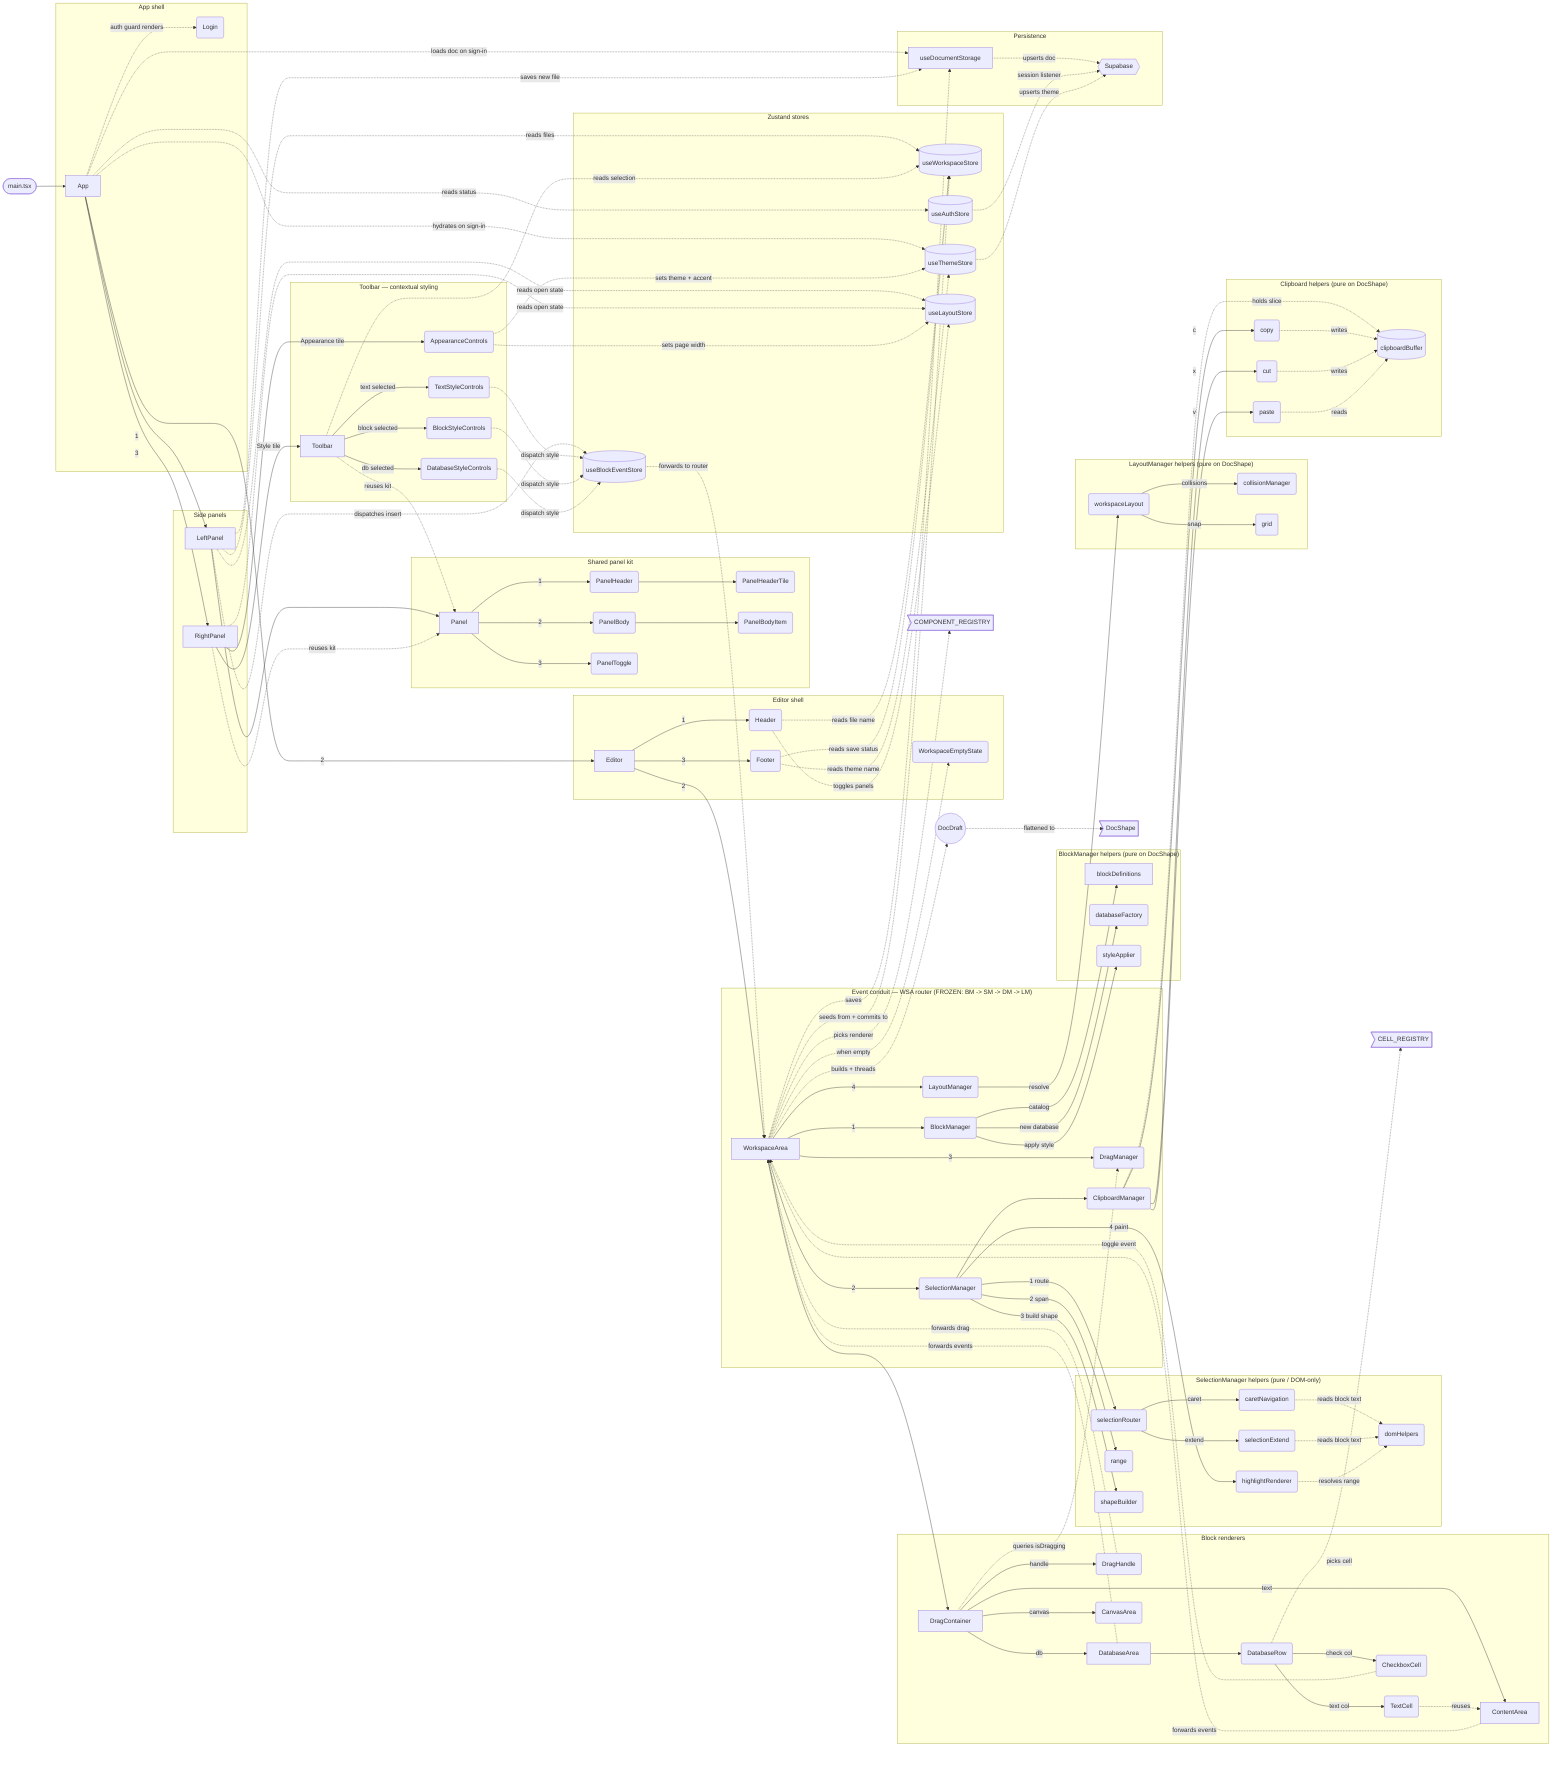
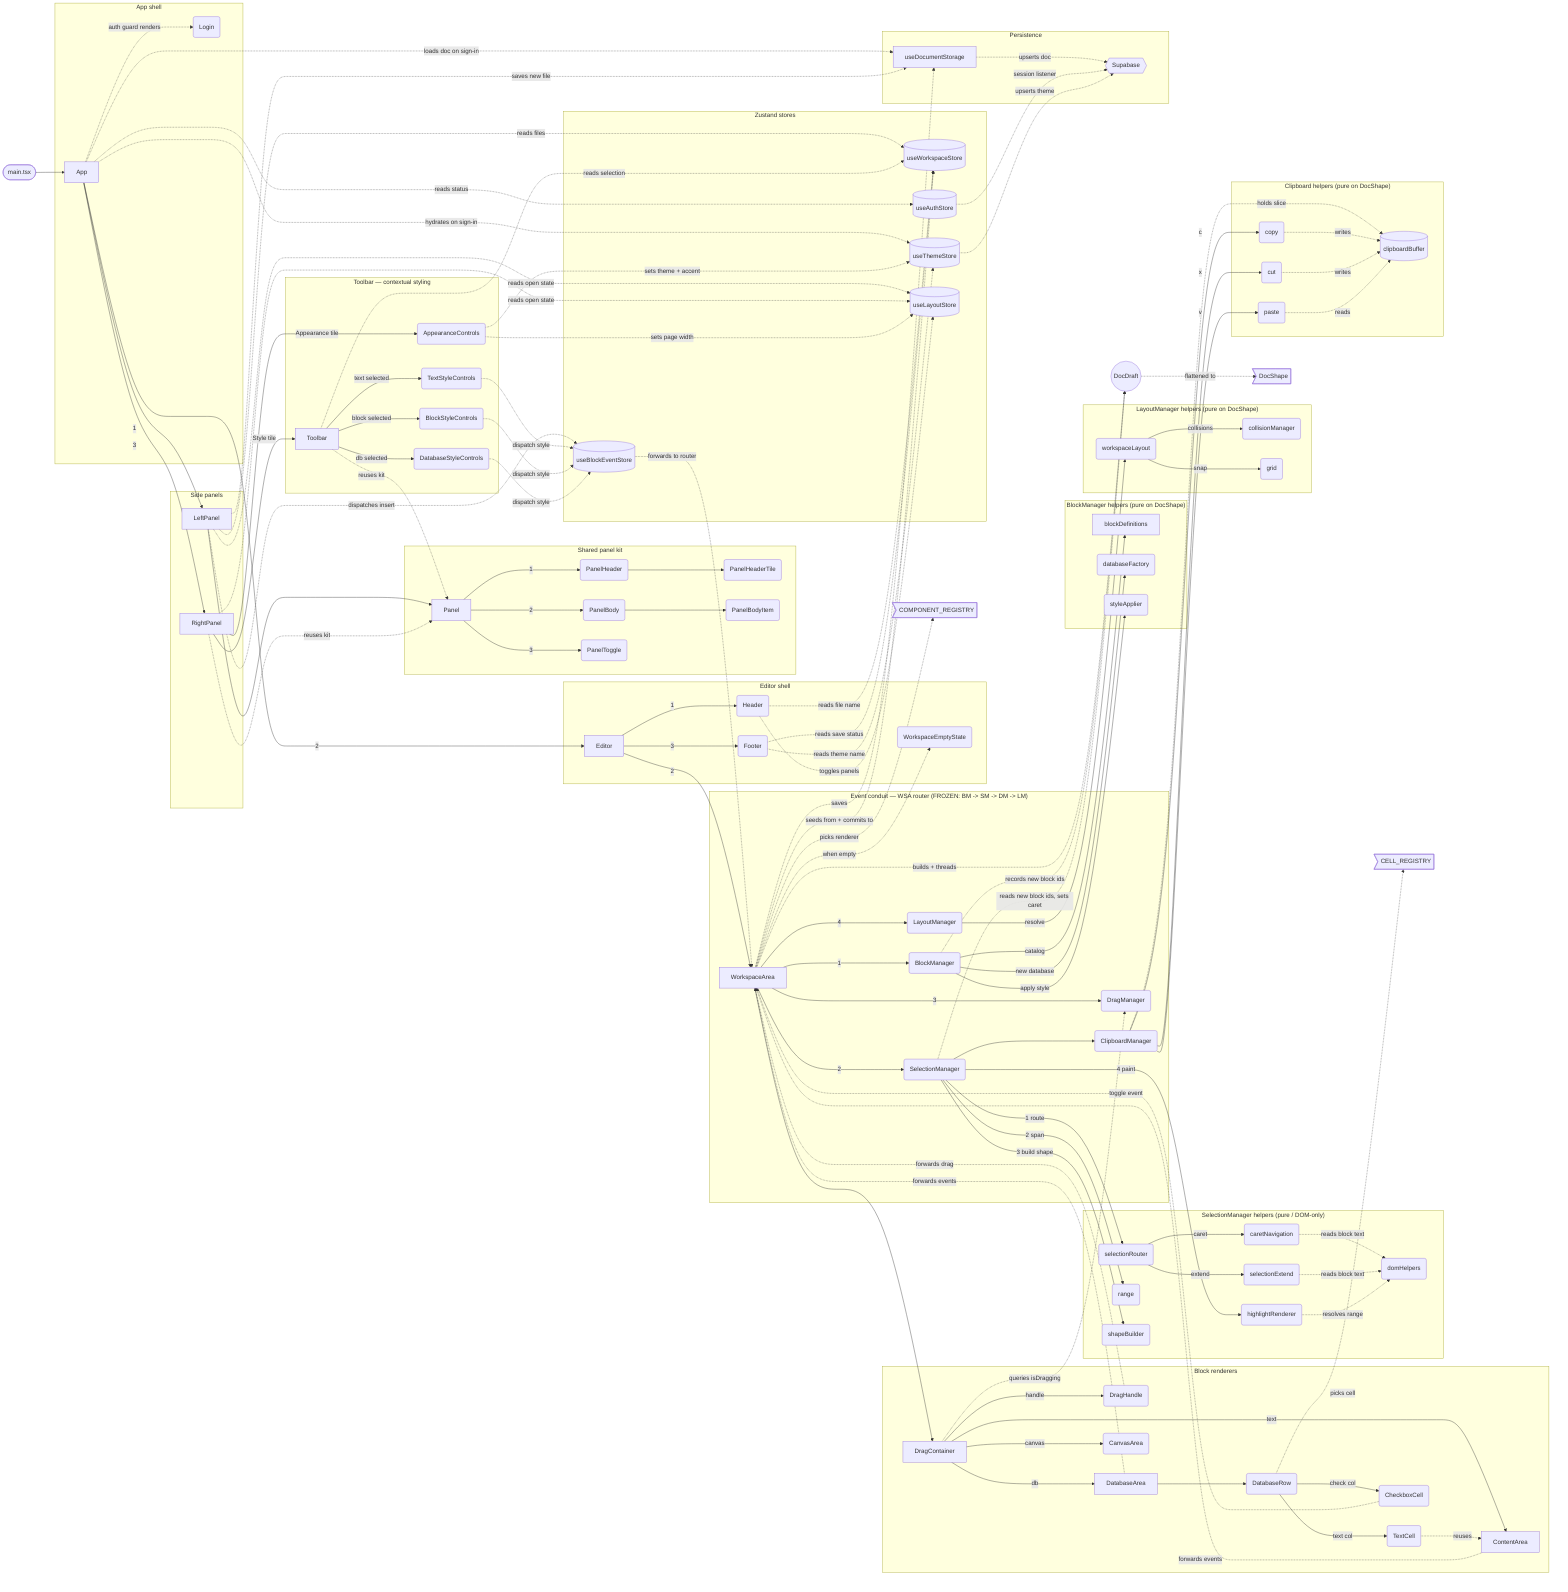
flowchart LR
%% Novakai — GOLD-STANDARD TARGET ARCHITECTURE (proposed)
%% Companion notes: novakai-target.md
%% This map describes what the codebase SHOULD look like: a fully working,
%% bug-free, shippable app. The WSA router (BM -> SM -> DM -> LM) is FROZEN
%% and unchanged. New/proposed classes are marked in novakai-target.md.
%% root main

%% ---- shell ----
%% fm:meta main name=main.tsx
%% fm:meta main desc=entry point; mounts React root in StrictMode
%% fm:meta main i0.name=render
%% fm:meta main i0.returns=void
%% fm:meta App name=App
%% fm:meta App desc=root component; constructs the four managers once in refs, guards auth, loads document + theme on sign-in
%% fm:meta App state=managers: ManagerSet (bm, sm, dm, lm) in refs
%% fm:meta App i0.name=render
%% fm:meta App i0.accepts=authStatus: loading | signed-in | signed-out
%% fm:meta App i0.returns=JSX (LeftPanel + Editor + RightPanel, or Login)
%% fm:meta Login name=Login
%% fm:meta Login desc=auth form; rendered only while authStatus is signed-out
%% fm:meta Login i0.name=render
%% fm:meta Login i0.returns=JSX

%% ---- side panels ----
%% fm:meta LeftPanel name=LeftPanel
%% fm:meta LeftPanel desc=container; file browser + block catalog; turns clicks into insert intents, never decides
%% fm:meta LeftPanel i0.name=handleAddFile
%% fm:meta LeftPanel i0.returns=void
%% fm:meta LeftPanel i1.name=handleInsertBlock
%% fm:meta LeftPanel i1.accepts=spec: BlockSpec
%% fm:meta LeftPanel i1.returns=void
%% fm:meta RightPanel name=RightPanel
%% fm:meta RightPanel desc=container; hosts two tiles via the shared panel kit: Style (Toolbar) and Appearance
%% fm:meta RightPanel i0.name=render
%% fm:meta RightPanel i0.returns=JSX

%% ---- toolbar (contextual styling) ----
%% fm:meta Toolbar name=Toolbar
%% fm:meta Toolbar desc=Style tile; resolves the current selection into ONE styling level and renders it; emits style intents, never mutates the document
%% fm:meta Toolbar state=level: text | block | database (DERIVED from selection, not stored)
%% fm:meta Toolbar i0.name=render
%% fm:meta Toolbar i0.accepts=selection: SelectionSnapshot
%% fm:meta Toolbar i0.returns=JSX (one StyleControls level)
%% fm:meta TextStyleControls name=TextStyleControls
%% fm:meta TextStyleControls desc=level 1; shown when a text run is selected; bold/italic, font, size, colour
%% fm:meta TextStyleControls i0.name=emit
%% fm:meta TextStyleControls i0.accepts=intent: StyleIntent
%% fm:meta TextStyleControls i0.returns=void
%% fm:meta BlockStyleControls name=BlockStyleControls
%% fm:meta BlockStyleControls desc=level 2; shown when whole blocks are selected; Tag (h1..p), alignment, background, width
%% fm:meta BlockStyleControls i0.name=emit
%% fm:meta BlockStyleControls i0.accepts=intent: StyleIntent
%% fm:meta BlockStyleControls i0.returns=void
%% fm:meta DatabaseStyleControls name=DatabaseStyleControls
%% fm:meta DatabaseStyleControls desc=level 3; shown when a database/row/cell is selected; columns, sort, filters, row styling
%% fm:meta DatabaseStyleControls i0.name=emit
%% fm:meta DatabaseStyleControls i0.accepts=intent: StyleIntent
%% fm:meta DatabaseStyleControls i0.returns=void
%% fm:meta AppearanceControls name=AppearanceControls
%% fm:meta AppearanceControls desc=Appearance tile; theme, accent, and page-width presets
%% fm:meta AppearanceControls i0.name=render
%% fm:meta AppearanceControls i0.returns=JSX

%% ---- shared panel kit ----
%% fm:meta Panel name=Panel
%% fm:meta Panel desc=shared composable shell; header tiles + body + collapse toggle; reused by LeftPanel, RightPanel, Toolbar
%% fm:meta Panel state=selectedTile: string (component-local useState)
%% fm:meta Panel i0.name=render
%% fm:meta Panel i0.accepts=tiles: PanelTile[], open: boolean
%% fm:meta Panel i0.returns=JSX
%% fm:meta PanelHeader name=PanelHeader
%% fm:meta PanelHeader desc=tile tab strip; maps tile names to PanelHeaderTile
%% fm:meta PanelHeaderTile name=PanelHeaderTile
%% fm:meta PanelHeaderTile desc=one clickable tile tab; highlights when selected
%% fm:meta PanelBody name=PanelBody
%% fm:meta PanelBody desc=body list; maps items to PanelBodyItem
%% fm:meta PanelBodyItem name=PanelBodyItem
%% fm:meta PanelBodyItem desc=one clickable body row
%% fm:meta PanelToggle name=PanelToggle
%% fm:meta PanelToggle desc=collapse/expand chevron; calls toggle on the layout store

%% ---- editor shell ----
%% fm:meta Editor name=Editor
%% fm:meta Editor desc=layout shell; renders Header + WorkspaceArea + Footer and threads the manager set down
%% fm:meta Editor i0.name=render
%% fm:meta Editor i0.accepts=managers: ManagerSet
%% fm:meta Editor i0.returns=JSX
%% fm:meta Header name=Header
%% fm:meta Header desc=top bar; breadcrumb + panel toggles
%% fm:meta Footer name=Footer
%% fm:meta Footer desc=status bar; save indicator + active theme name
%% fm:meta WorkspaceEmptyState name=WorkspaceEmptyState
%% fm:meta WorkspaceEmptyState desc=centred prompt shown when the active file has no blocks; pointer-events off

%% ---- event conduit (FROZEN router) ----
%% fm:meta WorkspaceArea name=WorkspaceArea
%% fm:meta WorkspaceArea desc=pure conduit; seeds a DocDraft from the store, threads it through BM->SM->DM->LM in fixed order, commits once. Makes ZERO decisions
%% fm:meta WorkspaceArea state=wsaRef: HTMLDivElement
%% fm:meta WorkspaceArea i0.name=route
%% fm:meta WorkspaceArea i0.accepts=channel: mouse | key | lifecycle
%% fm:meta WorkspaceArea i0.accepts=data: MouseEventData | KeyEventData | LifecycleEventData
%% fm:meta WorkspaceArea i0.accepts=trigger: TriggerWord
%% fm:meta WorkspaceArea i0.returns=void
%% fm:meta WorkspaceArea i1.name=commit
%% fm:meta WorkspaceArea i1.accepts=draft: DocDraft
%% fm:meta WorkspaceArea i1.returns=void
%% fm:meta blockManager name=BlockManager
- %% fm:meta blockManager desc=step 1; CRUD on TextElement + DatabaseConfiguration and styling of selected blocks; emits no store writes
+ %% fm:meta blockManager desc=step 1; CRUD on TextElement + DatabaseConfiguration and styling of selected blocks; records the ids it creates on draft.created; has ZERO opinion on caret or selection
%% fm:meta blockManager state=wsaEl: HTMLElement | null
%% fm:meta blockManager i0.name=receiveMouseEvent
%% fm:meta blockManager i0.accepts=draft: DocDraft
%% fm:meta blockManager i0.returns=DocDraft
%% fm:meta blockManager i1.name=receiveKeyEvent
%% fm:meta blockManager i1.accepts=draft: DocDraft
%% fm:meta blockManager i1.returns=DocDraft
%% fm:meta blockManager i2.name=receiveLifecycleEvent
%% fm:meta blockManager i2.accepts=draft: DocDraft
%% fm:meta blockManager i2.returns=DocDraft
%% fm:meta selectionManager name=SelectionManager
- %% fm:meta selectionManager desc=step 2; owns caret/range/multi-block selection; paints CSS highlights; threads every event through ClipboardManager
+ %% fm:meta selectionManager desc=step 2; sole owner of ALL caret + range + multi-block selection decisions; reads draft.created.newBlockIds and independently places the caret in a newly created block (no message from BlockManager); paints CSS highlights; threads every event through ClipboardManager
%% fm:meta selectionManager state=selection: SelectionState (anchor, focus, mode)
%% fm:meta selectionManager state=wsaEl: HTMLElement | null
%% fm:meta selectionManager i0.name=receiveMouseEvent
%% fm:meta selectionManager i0.accepts=draft: DocDraft
%% fm:meta selectionManager i0.returns=DocDraft
%% fm:meta selectionManager i1.name=receiveKeyEvent
%% fm:meta selectionManager i1.accepts=draft: DocDraft
%% fm:meta selectionManager i1.returns=DocDraft
%% fm:meta selectionManager i2.name=receiveLifecycleEvent
%% fm:meta selectionManager i2.accepts=draft: DocDraft
%% fm:meta selectionManager i2.returns=DocDraft
%% fm:meta dragManager name=DragManager
%% fm:meta dragManager desc=step 3; owns the active drag gesture; writes style.top live during drag, commits final placement on drop
%% fm:meta dragManager state=activeId: string | null
%% fm:meta dragManager state=isActive: boolean
%% fm:meta dragManager state=lastLocal: Position
%% fm:meta dragManager i0.name=receiveMouseEvent
%% fm:meta dragManager i0.accepts=draft: DocDraft
%% fm:meta dragManager i0.returns=DocDraft
%% fm:meta dragManager i1.name=isDragging
%% fm:meta dragManager i1.accepts=blockId: string
%% fm:meta dragManager i1.returns=boolean
%% fm:meta layoutManager name=LayoutManager
%% fm:meta layoutManager desc=step 4 (last); resolves overlaps and re-orders document ids by position after structural changes; its output is what WSA persists
%% fm:meta layoutManager i0.name=receiveMouseEvent
%% fm:meta layoutManager i0.accepts=draft: DocDraft
%% fm:meta layoutManager i0.returns=DocDraft
%% fm:meta layoutManager i1.name=receiveKeyEvent
%% fm:meta layoutManager i1.accepts=draft: DocDraft
%% fm:meta layoutManager i1.returns=DocDraft
%% fm:meta clipboardManager name=ClipboardManager
%% fm:meta clipboardManager desc=owned by SelectionManager; stateless router that no-ops unless the trigger is copy/cut/paste
%% fm:meta clipboardManager i0.name=receiveEvent
%% fm:meta clipboardManager i0.accepts=shape: DocShape
%% fm:meta clipboardManager i0.accepts=range: SelectionPoint[]
%% fm:meta clipboardManager i0.accepts=trigger: string
%% fm:meta clipboardManager i0.returns=DocShape

%% ---- block renderers ----
%% fm:meta DragContainer name=DragContainer
%% fm:meta DragContainer desc=absolute-positioned wrapper per block; yields top ownership to DragManager while that block is dragging
%% fm:meta DragContainer i0.name=render
%% fm:meta DragContainer i0.accepts=id: string, isSelected: boolean, layoutData: LayoutData, dm: DragTargetQuery
%% fm:meta DragContainer i0.returns=JSX
%% fm:meta DragHandle name=DragHandle
%% fm:meta DragHandle desc=grab affordance; shapes a MouseEventData and forwards drag-handle-mouse-down through the conduit callback
%% fm:meta DragHandle i0.name=render
%% fm:meta DragHandle i0.accepts=id: string, cbMouseEvent: ConduitMouse
%% fm:meta DragHandle i0.returns=JSX
%% fm:meta ContentArea name=ContentArea
%% fm:meta ContentArea desc=contentEditable text block; shapes mouse/key/lifecycle events and forwards through conduit callbacks; renders nested children by id
%% fm:meta ContentArea i0.name=render
%% fm:meta ContentArea i0.accepts=activeContent: TextElement, contentDataSet: ContentDataSet
%% fm:meta ContentArea i0.returns=JSX
%% fm:meta DatabaseArea name=DatabaseArea
%% fm:meta DatabaseArea desc=database block renderer; receives its DatabaseConfiguration as a prop (no store read); renders columns + rows; holds no data
%% fm:meta DatabaseArea i0.name=render
%% fm:meta DatabaseArea i0.accepts=activeContent: TextElement, config: DatabaseConfiguration, contentDataSet: ContentDataSet
%% fm:meta DatabaseArea i0.returns=JSX
%% fm:meta DatabaseRow name=DatabaseRow
%% fm:meta DatabaseRow desc=one database row; drag handle + grid of cells; forwards events through the conduit callback
%% fm:meta DatabaseRow i0.name=render
%% fm:meta DatabaseRow i0.accepts=rowId: string, gridTemplateColumns: string, isSelected: boolean
%% fm:meta DatabaseRow i0.returns=JSX
%% fm:meta TextCell name=TextCell
%% fm:meta TextCell desc=thin adapter; maps a cell TextElement onto ContentArea so cells edit via the same contentEditable path
%% fm:meta TextCell i0.name=render
%% fm:meta TextCell i0.accepts=cell: TextElement, contentDataSet: ContentDataSet
%% fm:meta TextCell i0.returns=JSX
%% fm:meta CheckboxCell name=CheckboxCell
%% fm:meta CheckboxCell desc=read-only checkbox; click forwards database-cell-toggle; BlockManager flips the value, render reflects it
%% fm:meta CheckboxCell i0.name=render
%% fm:meta CheckboxCell i0.accepts=cell: TextElement
%% fm:meta CheckboxCell i0.returns=JSX
%% fm:meta CanvasArea name=CanvasArea
%% fm:meta CanvasArea desc=freeform canvas block (placeholder); third entry in the component registry

%% ---- block manager helpers (pure; receive DocShape, never touch stores) ----
%% fm:meta blockDefinitions name=blockDefinitions
%% fm:meta blockDefinitions desc=static block catalog; single source of truth for insertable block types
%% fm:meta blockDefinitions i0.name=findBlockDefinition
%% fm:meta blockDefinitions i0.accepts=id: string
%% fm:meta blockDefinitions i0.returns=BlockSpec | undefined
%% fm:meta databaseFactory name=databaseFactory
%% fm:meta databaseFactory desc=pure builders for a new DatabaseConfiguration and its rows
%% fm:meta databaseFactory i0.name=makeDatabaseConfig
%% fm:meta databaseFactory i0.returns=DatabaseConfiguration
%% fm:meta styleApplier name=styleApplier
%% fm:meta styleApplier desc=NEW; applies a StyleIntent to every selected TextElement on the draft DocShape; pure, no store, no DOM
%% fm:meta styleApplier i0.name=applyStyle
%% fm:meta styleApplier i0.accepts=shape: DocShape
%% fm:meta styleApplier i0.accepts=intent: StyleIntent
%% fm:meta styleApplier i0.returns=DocShape

%% ---- selection manager helpers (pure or DOM-only; receive DocShape/SelectionState) ----
%% fm:meta selectionRouter name=selectionRouter
%% fm:meta selectionRouter desc=picks the selection handler for a trigger; delegates to caret/extend/mouse handlers; pure
%% fm:meta selectionRouter i0.name=routeKey
%% fm:meta selectionRouter i0.accepts=state: SelectionState, key: KeyEventData, trigger: string, blockOrder: string[]
%% fm:meta selectionRouter i0.returns=SelectionState
%% fm:meta caretNavigation name=caretNavigation
%% fm:meta caretNavigation desc=pure caret movement for plain arrows; collapses range then moves one unit
%% fm:meta caretNavigation i0.name=arrowMove
%% fm:meta caretNavigation i0.accepts=state: SelectionState, key: KeyEventData, blockOrder: string[]
%% fm:meta caretNavigation i0.returns=SelectionState
%% fm:meta selectionExtend name=selectionExtend
%% fm:meta selectionExtend desc=pure selection extension for Shift/Cmd-Shift arrows and Select All
%% fm:meta selectionExtend i0.name=extend
%% fm:meta selectionExtend i0.accepts=state: SelectionState, key: KeyEventData, blockOrder: string[]
%% fm:meta selectionExtend i0.returns=SelectionState
%% fm:meta range name=range
%% fm:meta range desc=pure; flattens anchor/focus into an ordered SelectionPoint[] spanning the selection
%% fm:meta range i0.name=orderedSelectionRange
%% fm:meta range i0.accepts=selection: SelectionState, order: string[]
%% fm:meta range i0.returns=SelectionPoint[]
%% fm:meta shapeBuilder name=shapeBuilder
%% fm:meta shapeBuilder desc=pure; threads the snapshot into the shape and applies text deletion on Delete; returns fresh DocShape
%% fm:meta shapeBuilder i0.name=buildShape
%% fm:meta shapeBuilder i0.accepts=shape: DocShape, state: SelectionState, snapshot: SelectionSnapshot, deleteSelection: boolean
%% fm:meta shapeBuilder i0.returns=DocShape
%% fm:meta highlightRenderer name=highlightRenderer
%% fm:meta highlightRenderer desc=paints selection via the CSS Custom Highlight API; DOM paint only, no React state, no store
%% fm:meta highlightRenderer i0.name=renderSelectionHighlight
%% fm:meta highlightRenderer i0.accepts=state: SelectionState, blockOrder: string[], wsaEl: HTMLElement | null
%% fm:meta highlightRenderer i0.returns=void
%% fm:meta domHelpers name=domHelpers
%% fm:meta domHelpers desc=the ONLY module that reads the DOM; returns plain values (point<->offset, block text); never a setter, never a store
%% fm:meta domHelpers i0.name=pointToPosition
%% fm:meta domHelpers i0.accepts=clientX: number, clientY: number
%% fm:meta domHelpers i0.returns=SelectionPoint

%% ---- layout manager helpers (pure; receive DocShape/LayoutDataSet) ----
%% fm:meta workspaceLayout name=workspaceLayout
%% fm:meta workspaceLayout desc=measures live block heights and orchestrates add/delete collision resolution; reads DOM, never a store
%% fm:meta workspaceLayout i0.name=resolveEventLayout
%% fm:meta workspaceLayout i0.accepts=fileId: string, content: string[], layouts: LayoutDataSet, opts: ResolveOpts
%% fm:meta workspaceLayout i0.returns=layouts: LayoutDataSet, content: string[]
%% fm:meta collisionManager name=collisionManager
%% fm:meta collisionManager desc=pure; sorts a file's placements by y and pushes overlapping blocks down flush
%% fm:meta collisionManager i0.name=resolveCollisions
%% fm:meta collisionManager i0.accepts=items: LayoutItem[], movedBlockId: string
%% fm:meta collisionManager i0.returns=LayoutItem[]
%% fm:meta grid name=grid
%% fm:meta grid desc=pure; grid constants and snap helpers (GRID_UNIT, PAGE_X, snapToGrid)
%% fm:meta grid i0.name=snapToGrid
%% fm:meta grid i0.accepts=px: number
%% fm:meta grid i0.returns=number

%% ---- clipboard helpers (pure on DocShape; buffer is the clipboard's own) ----
%% fm:meta copy name=copy
%% fm:meta copy desc=collects selected blocks into the clipboard buffer; never mutates the document
%% fm:meta copy i0.name=copy
%% fm:meta copy i0.accepts=range: SelectionPoint[], shape: DocShape
%% fm:meta copy i0.returns=void
%% fm:meta cut name=cut
%% fm:meta cut desc=copies into the buffer then returns a DocShape with the source blocks removed
%% fm:meta cut i0.name=cut
%% fm:meta cut i0.accepts=range: SelectionPoint[], shape: DocShape
%% fm:meta cut i0.returns=DocShape
%% fm:meta paste name=paste
%% fm:meta paste desc=reads the buffer and routes to text-paste or block-paste; copy mints fresh ids, cut keeps them
%% fm:meta paste i0.name=paste
%% fm:meta paste i0.accepts=shape: DocShape, trigger: string
%% fm:meta paste i0.returns=DocShape
%% fm:meta clipboardBuffer name=clipboardBuffer
%% fm:meta clipboardBuffer desc=module-scoped clipboard slice (NOT a Zustand store, NOT document state); survives ClipboardManager rebuilds
%% fm:meta clipboardBuffer state=slice: ClipboardSlice | null
%% fm:meta clipboardBuffer state=mode: copy | cut | null

%% ---- Zustand stores (minimised: 14 reactive state vars total) ----
%% fm:meta workspaceStore name=useWorkspaceStore
%% fm:meta workspaceStore desc=single source of truth for the document; the ONLY store the conduit reads and commits
%% fm:meta workspaceStore state=activeFileId: string | null
%% fm:meta workspaceStore state=files: FilesDataSet
%% fm:meta workspaceStore state=content: ContentDataSet
%% fm:meta workspaceStore state=layouts: LayoutDataSet
%% fm:meta workspaceStore state=databases: DatabaseDataSet
%% fm:meta workspaceStore state=selection: SelectionSnapshot
%% fm:meta workspaceStore i0.name=setDataSet
%% fm:meta workspaceStore i0.accepts=files: FilesDataSet, content: ContentDataSet, layouts: LayoutDataSet, databases: DatabaseDataSet
%% fm:meta workspaceStore i0.returns=void
%% fm:meta workspaceStore i1.name=setSelection
%% fm:meta workspaceStore i1.accepts=selection: SelectionSnapshot
%% fm:meta workspaceStore i1.returns=void
%% fm:meta authStore name=useAuthStore
%% fm:meta authStore desc=Supabase auth mirror; status drives App render guard; wired once on module load
%% fm:meta authStore state=status: loading | signed-in | signed-out
%% fm:meta authStore state=session: Session | null
%% fm:meta authStore i0.name=signIn
%% fm:meta authStore i0.accepts=email: string, password: string
%% fm:meta authStore i0.returns=Promise<string | null>
%% fm:meta themeStore name=useThemeStore
%% fm:meta themeStore desc=theme + accent preferences; applies CSS vars to :root; debounced persist to Supabase
%% fm:meta themeStore state=themeId: string
%% fm:meta themeStore state=accentHex: string | null
%% fm:meta themeStore i0.name=setTheme
%% fm:meta themeStore i0.accepts=themeId: string
%% fm:meta themeStore i0.returns=void
%% fm:meta layoutStore name=useLayoutStore
%% fm:meta layoutStore desc=panel open/closed state and page-width preference; drives page-* CSS class on .app
%% fm:meta layoutStore state=pageWidth: PageWidth
%% fm:meta layoutStore state=leftPanelOpen: boolean
%% fm:meta layoutStore state=rightPanelOpen: boolean
%% fm:meta blockEventStore name=useBlockEventStore
%% fm:meta blockEventStore desc=thin pub/sub bridge from panels to the WSA router; dispatch never re-renders its caller
%% fm:meta blockEventStore state=handler: MouseRouter | null
%% fm:meta blockEventStore i0.name=dispatch
%% fm:meta blockEventStore i0.accepts=data: MouseEventData, trigger: string
%% fm:meta blockEventStore i0.returns=void

%% ---- persistence ----
%% fm:meta documentStorage name=useDocumentStorage
%% fm:meta documentStorage desc=Supabase-backed persistence; debounced upsert; merges via a module-level cachedDoc
%% fm:meta documentStorage i0.name=loadDocument
%% fm:meta documentStorage i0.returns=Promise<DataSet | null>
%% fm:meta documentStorage i1.name=saveDocument
%% fm:meta documentStorage i1.accepts=files: FilesDataSet, content: ContentDataSet, layouts: LayoutDataSet, databases: DatabaseDataSet
%% fm:meta documentStorage i1.returns=void
%% fm:meta supabase name=Supabase
%% fm:meta supabase desc=backend; auth + workspaces table (document jsonb + theme jsonb); row-level security per user

%% ---- value objects / data tables ----
%% fm:meta docDraft name=DocDraft
%% fm:meta docDraft desc=the conduit payload; committed currentReadOnly slices + proposed slices per channel; built by WSA, threaded through every manager
%% fm:meta docDraft state=dataSet: DraftChannel of file/content/layout/database
%% fm:meta docDraft state=selection: currentBlocks + proposedBlocks + caret
+ %% fm:meta docDraft state=created: newBlockIds (BlockManager writes, SelectionManager reads to place the caret)
%% fm:meta docShape name=DocShape
%% fm:meta docShape desc=the flat effective view (proposed ?? current) every manager and helper reads and returns
%% fm:meta docShape state=file: FileData | null
%% fm:meta docShape state=contentData: ContentDataSet
%% fm:meta docShape state=layoutData: LayoutDataSet
%% fm:meta docShape state=databaseData: DatabaseDataSet
%% fm:meta docShape state=selection: SelectionSnapshot
%% fm:meta componentRegistry name=COMPONENT_REGISTRY
%% fm:meta componentRegistry desc=data table mapping TextElement.component to its renderer; a lookup, never a branch
%% fm:meta cellRegistry name=CELL_REGISTRY
%% fm:meta cellRegistry desc=data table mapping DbColumnType to its cell renderer; a lookup, never a branch

  main(["main.tsx"])

  subgraph shell ["App shell"]
    App["App"]
    Login("Login")
  end

  subgraph panels ["Side panels"]
    LeftPanel["LeftPanel"]
    RightPanel["RightPanel"]
  end

  subgraph toolbar ["Toolbar — contextual styling"]
    Toolbar["Toolbar"]
    TextStyleControls("TextStyleControls")
    BlockStyleControls("BlockStyleControls")
    DatabaseStyleControls("DatabaseStyleControls")
    AppearanceControls("AppearanceControls")
  end

  subgraph panelKit ["Shared panel kit"]
    Panel["Panel"]
    PanelHeader("PanelHeader")
    PanelHeaderTile("PanelHeaderTile")
    PanelBody("PanelBody")
    PanelBodyItem("PanelBodyItem")
    PanelToggle("PanelToggle")
  end

  subgraph editorShell ["Editor shell"]
    Editor["Editor"]
    Header("Header")
    Footer("Footer")
    WorkspaceEmptyState("WorkspaceEmptyState")
  end

  subgraph conduit ["Event conduit — WSA router (FROZEN: BM -> SM -> DM -> LM)"]
    WorkspaceArea["WorkspaceArea"]
    blockManager("BlockManager")
    selectionManager("SelectionManager")
    dragManager("DragManager")
    layoutManager("LayoutManager")
    clipboardManager("ClipboardManager")
  end

  subgraph renderers ["Block renderers"]
    DragContainer["DragContainer"]
    DragHandle("DragHandle")
    ContentArea["ContentArea"]
    DatabaseArea["DatabaseArea"]
    DatabaseRow("DatabaseRow")
    TextCell("TextCell")
    CheckboxCell("CheckboxCell")
    CanvasArea("CanvasArea")
  end

  subgraph blockHelpers ["BlockManager helpers (pure on DocShape)"]
    blockDefinitions["blockDefinitions"]
    databaseFactory("databaseFactory")
    styleApplier("styleApplier")
  end

  subgraph selectionHelpers ["SelectionManager helpers (pure / DOM-only)"]
    selectionRouter("selectionRouter")
    caretNavigation("caretNavigation")
    selectionExtend("selectionExtend")
    range("range")
    shapeBuilder("shapeBuilder")
    highlightRenderer("highlightRenderer")
    domHelpers("domHelpers")
  end

  subgraph layoutHelpers ["LayoutManager helpers (pure on DocShape)"]
    workspaceLayout("workspaceLayout")
    collisionManager("collisionManager")
    grid("grid")
  end

  subgraph clipboardHelpers ["Clipboard helpers (pure on DocShape)"]
    copy("copy")
    cut("cut")
    paste("paste")
    clipboardBuffer[("clipboardBuffer")]
  end

  subgraph stores ["Zustand stores"]
    workspaceStore[("useWorkspaceStore")]
    authStore[("useAuthStore")]
    themeStore[("useThemeStore")]
    layoutStore[("useLayoutStore")]
    blockEventStore[("useBlockEventStore")]
  end

  subgraph persistence ["Persistence"]
    documentStorage["useDocumentStorage"]
    supabase{{"Supabase"}}
  end

  docDraft(("DocDraft"))
  docShape>"DocShape"]
  componentRegistry>"COMPONENT_REGISTRY"]
  cellRegistry>"CELL_REGISTRY"]

  %% ---- spine (solid): real construction / call order ----
  main --> App
  App -->|1| LeftPanel
  App -->|2| Editor
  App -->|3| RightPanel
  Editor -->|1| Header
  Editor -->|2| WorkspaceArea
  Editor -->|3| Footer
  WorkspaceArea -->|1| blockManager
  WorkspaceArea -->|2| selectionManager
  WorkspaceArea -->|3| dragManager
  WorkspaceArea -->|4| layoutManager
  WorkspaceArea --> DragContainer
  DragContainer -->|handle| DragHandle
  DragContainer -->|text| ContentArea
  DragContainer -->|db| DatabaseArea
  DragContainer -->|canvas| CanvasArea
  DatabaseArea --> DatabaseRow
  DatabaseRow -->|text col| TextCell
  DatabaseRow -->|check col| CheckboxCell

  RightPanel -->|Style tile| Toolbar
  RightPanel -->|Appearance tile| AppearanceControls
  Toolbar -->|text selected| TextStyleControls
  Toolbar -->|block selected| BlockStyleControls
  Toolbar -->|db selected| DatabaseStyleControls

  LeftPanel --> Panel
  Panel -->|1| PanelHeader
  Panel -->|2| PanelBody
  Panel -->|3| PanelToggle
  PanelHeader --> PanelHeaderTile
  PanelBody --> PanelBodyItem

  blockManager -->|catalog| blockDefinitions
  blockManager -->|new database| databaseFactory
  blockManager -->|apply style| styleApplier
  selectionManager -->|1 route| selectionRouter
  selectionManager -->|2 span| range
  selectionManager -->|3 build shape| shapeBuilder
  selectionManager -->|4 paint| highlightRenderer
  selectionManager --> clipboardManager
  selectionRouter -->|caret| caretNavigation
  selectionRouter -->|extend| selectionExtend
  layoutManager -->|resolve| workspaceLayout
  workspaceLayout -->|collisions| collisionManager
  workspaceLayout -->|snap| grid
  clipboardManager -->|c| copy
  clipboardManager -->|x| cut
  clipboardManager -->|v| paste

  %% ---- references (dotted): wiring, reads, callbacks, write-backs ----
  App -.->|auth guard renders| Login
  App -.->|reads status| authStore
  App -.->|loads doc on sign-in| documentStorage
  App -.->|hydrates on sign-in| themeStore

  WorkspaceArea -.->|builds + threads| docDraft
  docDraft -.->|flattened to| docShape
+   blockManager -.->|records new block ids| docDraft
+   selectionManager -.->|reads new block ids, sets caret| docDraft
  WorkspaceArea -.->|seeds from + commits to| workspaceStore
  WorkspaceArea -.->|saves| documentStorage
  WorkspaceArea -.->|picks renderer| componentRegistry
  WorkspaceArea -.->|when empty| WorkspaceEmptyState
  blockEventStore -.->|forwards to router| WorkspaceArea

  DragContainer -.->|queries isDragging| dragManager
  DragHandle -.->|forwards drag| WorkspaceArea
  ContentArea -.->|forwards events| WorkspaceArea
  DatabaseArea -.->|forwards events| WorkspaceArea
  DatabaseRow -.->|picks cell| cellRegistry
  CheckboxCell -.->|toggle event| WorkspaceArea
  TextCell -.->|reuses| ContentArea

  LeftPanel -.->|reads files| workspaceStore
  LeftPanel -.->|saves new file| documentStorage
  LeftPanel -.->|dispatches insert| blockEventStore
  LeftPanel -.->|reads open state| layoutStore
  RightPanel -.->|reuses kit| Panel
  RightPanel -.->|reads open state| layoutStore
  Toolbar -.->|reuses kit| Panel
  Toolbar -.->|reads selection| workspaceStore
  TextStyleControls -.->|dispatch style| blockEventStore
  BlockStyleControls -.->|dispatch style| blockEventStore
  DatabaseStyleControls -.->|dispatch style| blockEventStore
  AppearanceControls -.->|sets theme + accent| themeStore
  AppearanceControls -.->|sets page width| layoutStore

  Header -.->|toggles panels| layoutStore
  Header -.->|reads file name| workspaceStore
  Footer -.->|reads theme name| themeStore
  Footer -.->|reads save status| workspaceStore

  caretNavigation -.->|reads block text| domHelpers
  selectionExtend -.->|reads block text| domHelpers
  highlightRenderer -.->|resolves range| domHelpers
  clipboardManager -.->|holds slice| clipboardBuffer
  copy -.->|writes| clipboardBuffer
  cut -.->|writes| clipboardBuffer
  paste -.->|reads| clipboardBuffer

  documentStorage -.->|upserts doc| supabase
  authStore -.->|session listener| supabase
  themeStore -.->|upserts theme| supabase
